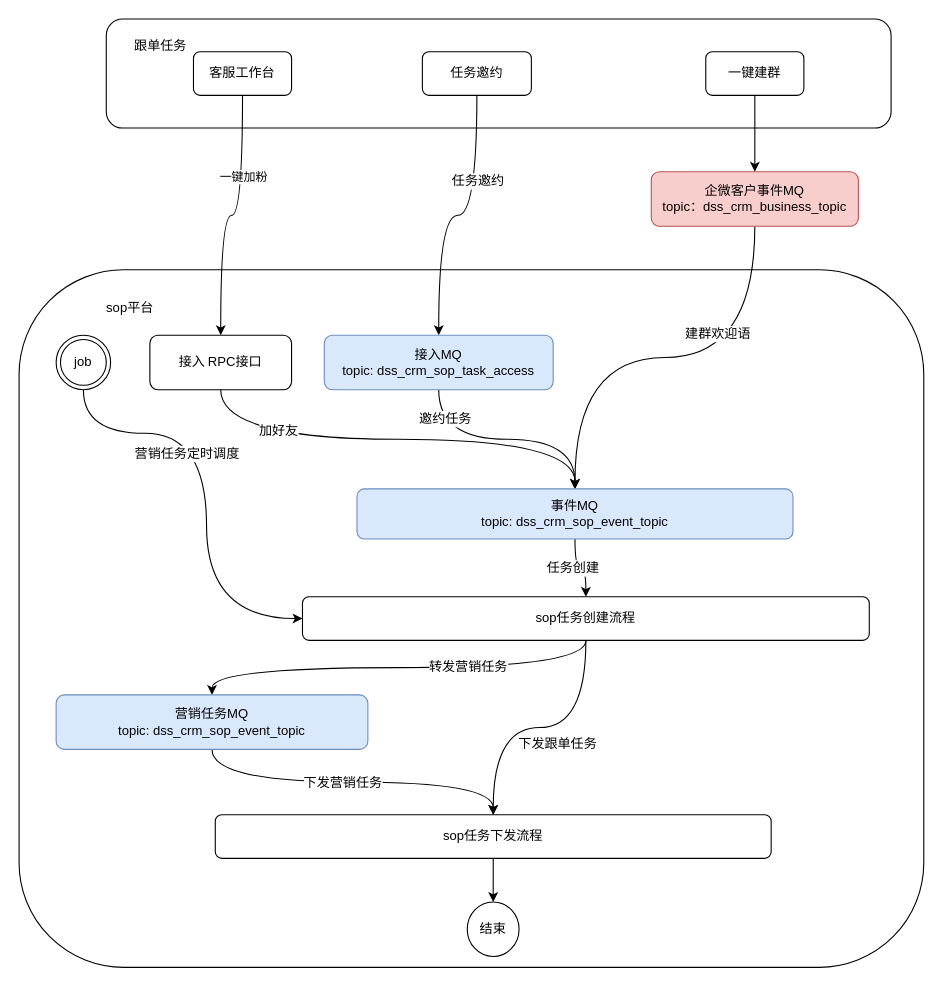
Before: sop流程.drawio in 330129161/draw.io, a draw.io diagram. Source tidied: cells renumbered, new cells numbered last; positions are measured from the earlier drawing's top-left corner, leaving out a move shared by most shapes. Both pictures are drawn from the tidied source at 109%, with x=0, y=0 at pixel (19, 19).
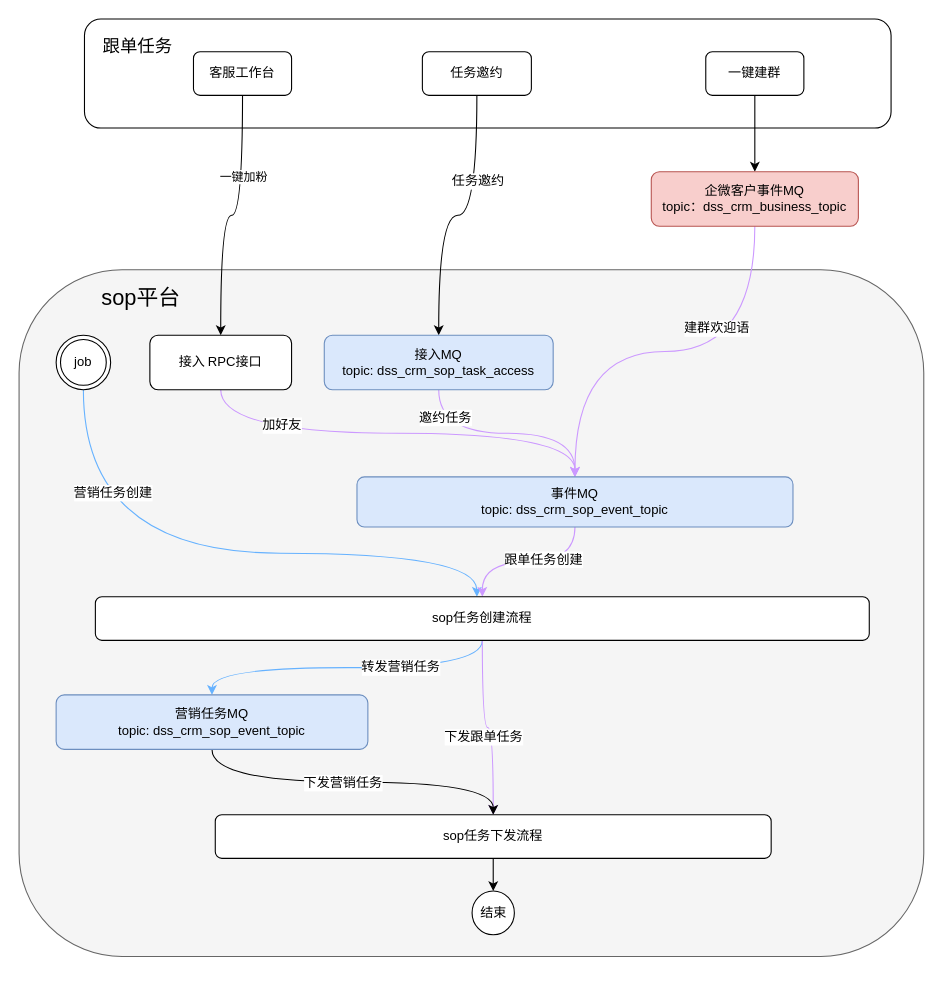
Above is the later version.

Unchanged cells that the change refers to:
```xml
<mxCell id="11" value="job" style="ellipse;shape=doubleEllipse;whiteSpace=wrap;html=1;" parent="1" vertex="1">
  <mxGeometry x="34" y="290" width="50" height="50" as="geometry" />
</mxCell>
<mxCell id="17" value="接入&lt;span style=&quot;white-space: pre;&quot;&gt;&#9;&lt;/span&gt;RPC接口" style="rounded=1;whiteSpace=wrap;html=1;" parent="1" vertex="1">
  <mxGeometry x="120" y="290" width="130" height="50" as="geometry" />
</mxCell>
<mxCell id="20" value="接入MQ&lt;br&gt;topic:&amp;nbsp;dss_crm_sop_task_access&lt;br&gt;&lt;span class=&quot;lark-record-clipboard&quot; data-lark-record-data=&quot;{&amp;quot;rootId&amp;quot;:&amp;quot;FImldMycgolcDUxQUyZcc2bRnjg&amp;quot;,&amp;quot;text&amp;quot;:{&amp;quot;initialAttributedTexts&amp;quot;:{&amp;quot;text&amp;quot;:{&amp;quot;0&amp;quot;:&amp;quot;dss_crm_sop_task_access&amp;quot;},&amp;quot;attribs&amp;quot;:{&amp;quot;0&amp;quot;:&amp;quot;*0+n&amp;quot;}},&amp;quot;apool&amp;quot;:{&amp;quot;numToAttrib&amp;quot;:{&amp;quot;0&amp;quot;:[&amp;quot;author&amp;quot;,&amp;quot;7220235268358848515&amp;quot;]},&amp;quot;nextNum&amp;quot;:1}},&amp;quot;type&amp;quot;:&amp;quot;text&amp;quot;,&amp;quot;referenceRecordMap&amp;quot;:{},&amp;quot;extra&amp;quot;:{&amp;quot;mention_page_title&amp;quot;:{},&amp;quot;external_mention_url&amp;quot;:{}},&amp;quot;isKeepQuoteContainer&amp;quot;:false,&amp;quot;isFromCode&amp;quot;:false,&amp;quot;selection&amp;quot;:[{&amp;quot;id&amp;quot;:20,&amp;quot;type&amp;quot;:&amp;quot;text&amp;quot;,&amp;quot;selection&amp;quot;:{&amp;quot;start&amp;quot;:0,&amp;quot;end&amp;quot;:23},&amp;quot;recordId&amp;quot;:&amp;quot;N4pZdVQWFocIQ4xhGyzcF8nhnQg&amp;quot;}],&amp;quot;payloadMap&amp;quot;:{},&amp;quot;isCut&amp;quot;:false}&quot;&gt;&lt;/span&gt;" style="rounded=1;whiteSpace=wrap;html=1;fillColor=#dae8fc;strokeColor=#6c8ebf;" parent="1" vertex="1">
  <mxGeometry x="280" y="290" width="210" height="50" as="geometry" />
</mxCell>
<mxCell id="23" value="企微客户事件MQ&lt;br&gt;topic：dss_crm_business_topic&lt;br&gt;&lt;span class=&quot;lark-record-clipboard&quot; data-lark-record-data=&quot;{&amp;quot;rootId&amp;quot;:&amp;quot;FImldMycgolcDUxQUyZcc2bRnjg&amp;quot;,&amp;quot;text&amp;quot;:{&amp;quot;initialAttributedTexts&amp;quot;:{&amp;quot;text&amp;quot;:{&amp;quot;0&amp;quot;:&amp;quot;dss_crm_business_topic&amp;quot;},&amp;quot;attribs&amp;quot;:{&amp;quot;0&amp;quot;:&amp;quot;*0+m&amp;quot;}},&amp;quot;apool&amp;quot;:{&amp;quot;numToAttrib&amp;quot;:{&amp;quot;0&amp;quot;:[&amp;quot;author&amp;quot;,&amp;quot;7220235268358848515&amp;quot;]},&amp;quot;nextNum&amp;quot;:1}},&amp;quot;type&amp;quot;:&amp;quot;text&amp;quot;,&amp;quot;referenceRecordMap&amp;quot;:{},&amp;quot;extra&amp;quot;:{&amp;quot;mention_page_title&amp;quot;:{},&amp;quot;external_mention_url&amp;quot;:{}},&amp;quot;isKeepQuoteContainer&amp;quot;:false,&amp;quot;isFromCode&amp;quot;:false,&amp;quot;selection&amp;quot;:[{&amp;quot;id&amp;quot;:28,&amp;quot;type&amp;quot;:&amp;quot;text&amp;quot;,&amp;quot;selection&amp;quot;:{&amp;quot;start&amp;quot;:0,&amp;quot;end&amp;quot;:22},&amp;quot;recordId&amp;quot;:&amp;quot;Mccud6d0NoNiJLx3LFicwxuCnGh&amp;quot;}],&amp;quot;payloadMap&amp;quot;:{},&amp;quot;isCut&amp;quot;:false}&quot;&gt;&lt;/span&gt;" style="rounded=1;whiteSpace=wrap;html=1;fillColor=#f8cecc;strokeColor=#b85450;" parent="1" vertex="1">
  <mxGeometry x="580" y="140" width="190" height="50" as="geometry" />
</mxCell>
<mxCell id="36" value="营销任务MQ&lt;br&gt;topic:&amp;nbsp;dss_crm_sop_event_topic&lt;br&gt;&lt;span class=&quot;lark-record-clipboard&quot; data-lark-record-data=&quot;{&amp;quot;rootId&amp;quot;:&amp;quot;FImldMycgolcDUxQUyZcc2bRnjg&amp;quot;,&amp;quot;text&amp;quot;:{&amp;quot;initialAttributedTexts&amp;quot;:{&amp;quot;text&amp;quot;:{&amp;quot;0&amp;quot;:&amp;quot;dss_crm_sop_event_topic&amp;quot;},&amp;quot;attribs&amp;quot;:{&amp;quot;0&amp;quot;:&amp;quot;*0+n&amp;quot;}},&amp;quot;apool&amp;quot;:{&amp;quot;numToAttrib&amp;quot;:{&amp;quot;0&amp;quot;:[&amp;quot;author&amp;quot;,&amp;quot;7220235268358848515&amp;quot;]},&amp;quot;nextNum&amp;quot;:1}},&amp;quot;type&amp;quot;:&amp;quot;text&amp;quot;,&amp;quot;referenceRecordMap&amp;quot;:{},&amp;quot;extra&amp;quot;:{&amp;quot;mention_page_title&amp;quot;:{},&amp;quot;external_mention_url&amp;quot;:{}},&amp;quot;isKeepQuoteContainer&amp;quot;:false,&amp;quot;isFromCode&amp;quot;:false,&amp;quot;selection&amp;quot;:[{&amp;quot;id&amp;quot;:15,&amp;quot;type&amp;quot;:&amp;quot;text&amp;quot;,&amp;quot;selection&amp;quot;:{&amp;quot;start&amp;quot;:0,&amp;quot;end&amp;quot;:23},&amp;quot;recordId&amp;quot;:&amp;quot;SeJVd5J5EoVo28xKH6ecCVTpnXb&amp;quot;}],&amp;quot;payloadMap&amp;quot;:{},&amp;quot;isCut&amp;quot;:false}&quot;&gt;&lt;/span&gt;" style="rounded=1;whiteSpace=wrap;html=1;fillColor=#dae8fc;strokeColor=#6c8ebf;" parent="1" vertex="1">
  <mxGeometry x="34" y="620" width="286" height="50" as="geometry" />
</mxCell>
<mxCell id="38" value="sop任务下发流程" style="rounded=1;whiteSpace=wrap;html=1;strokeColor=default;align=center;verticalAlign=middle;fontFamily=Helvetica;fontSize=12;fontColor=default;fillColor=default;" parent="1" vertex="1">
  <mxGeometry x="180" y="730" width="510" height="40" as="geometry" />
</mxCell>
```

The edit, as a diff of the source:
```diff
@@
     <mxCell id="2" style="rounded=1;whiteSpace=wrap;html=1;strokeColor=default;align=center;verticalAlign=middle;fontFamily=Helvetica;fontSize=12;fontColor=default;fillColor=default;" parent="1" vertex="1">
-      <mxGeometry x="80" width="720" height="100" as="geometry" />
+      <mxGeometry x="60" width="740" height="100" as="geometry" />
     </mxCell>
-    <mxCell id="3" style="rounded=1;whiteSpace=wrap;html=1;" parent="1" vertex="1">
-      <mxGeometry y="230" width="830" height="640" as="geometry" />
+    <mxCell id="3" style="rounded=1;whiteSpace=wrap;html=1;strokeColor=#666666;fillColor=#f5f5f5;fontColor=#333333;" parent="1" vertex="1">
+      <mxGeometry y="230" width="830" height="630" as="geometry" />
     </mxCell>
@@
-    <mxCell id="9" style="edgeStyle=orthogonalEdgeStyle;rounded=0;jettySize=auto;html=1;entryX=0;entryY=0.5;entryDx=0;entryDy=0;fontFamily=Helvetica;fontSize=12;fontColor=default;curved=1;" parent="1" edge="1" source="11" target="31">
-      <mxGeometry relative="1" as="geometry">
-        <Array as="points">
-          <mxPoint x="59" y="380" />
-          <mxPoint x="172" y="380" />
-          <mxPoint x="172" y="550" />
-        </Array>
-      </mxGeometry>
-    </mxCell>
-    <mxCell id="10" value="营销任务定时调度" style="edgeLabel;html=1;align=center;verticalAlign=middle;fontSize=12;fontFamily=Helvetica;fontColor=default;" parent="9" vertex="1">
-      <mxGeometry x="-0.35" y="-17" relative="1" as="geometry">
-        <mxPoint y="1" as="offset" />
-      </mxGeometry>
-    </mxCell>
+    <mxCell id="40" style="edgeStyle=orthogonalEdgeStyle;rounded=0;jettySize=auto;html=1;fontFamily=Helvetica;fontSize=12;fontColor=default;curved=1;strokeColor=#66B2FF;" parent="1" edge="1" source="11">
+      <mxGeometry relative="1" as="geometry">
+        <mxPoint x="420" y="530" as="targetPoint" />
+        <Array as="points">
+          <mxPoint x="59" y="490" />
+          <mxPoint x="420" y="490" />
+        </Array>
+      </mxGeometry>
+    </mxCell>
+    <mxCell id="41" value="营销任务创建" style="edgeLabel;html=1;align=center;verticalAlign=middle;fontSize=12;fontFamily=Helvetica;fontColor=default;" parent="40" vertex="1">
+      <mxGeometry x="-0.66" y="26" relative="1" as="geometry" />
+    </mxCell>
@@
-    <mxCell id="15" style="edgeStyle=orthogonalEdgeStyle;rounded=0;jettySize=auto;html=1;entryX=0.5;entryY=0;entryDx=0;entryDy=0;fontFamily=Helvetica;fontSize=12;fontColor=default;curved=1;exitX=0.5;exitY=1;exitDx=0;exitDy=0;" parent="1" edge="1" source="17" target="26">
+    <mxCell id="15" style="edgeStyle=orthogonalEdgeStyle;rounded=0;jettySize=auto;html=1;entryX=0.5;entryY=0;entryDx=0;entryDy=0;fontFamily=Helvetica;fontSize=12;fontColor=default;curved=1;exitX=0.5;exitY=1;exitDx=0;exitDy=0;strokeColor=#CC99FF;" parent="1" edge="1" source="17" target="26">
       <mxGeometry relative="1" as="geometry" />
     </mxCell>
@@
-    <mxCell id="18" style="edgeStyle=orthogonalEdgeStyle;rounded=0;jettySize=auto;html=1;fontFamily=Helvetica;fontSize=12;fontColor=default;curved=1;" parent="1" edge="1" source="20" target="26">
+    <mxCell id="18" style="edgeStyle=orthogonalEdgeStyle;rounded=0;jettySize=auto;html=1;fontFamily=Helvetica;fontSize=12;fontColor=default;curved=1;strokeColor=#CC99FF;" parent="1" edge="1" source="20" target="26">
       <mxGeometry relative="1" as="geometry" />
     </mxCell>
@@
-    <mxCell id="21" style="edgeStyle=orthogonalEdgeStyle;rounded=0;jettySize=auto;html=1;fontFamily=Helvetica;fontSize=12;fontColor=default;curved=1;" parent="1" edge="1" source="23" target="26">
+    <mxCell id="21" style="edgeStyle=orthogonalEdgeStyle;rounded=0;jettySize=auto;html=1;fontFamily=Helvetica;fontSize=12;fontColor=default;curved=1;strokeColor=#CC99FF;" parent="1" edge="1" source="23" target="26">
       <mxGeometry relative="1" as="geometry" />
     </mxCell>
@@
-    <mxCell id="24" style="edgeStyle=orthogonalEdgeStyle;rounded=0;jettySize=auto;html=1;fontFamily=Helvetica;fontSize=12;fontColor=default;curved=1;" parent="1" edge="1" source="26" target="31">
+    <mxCell id="24" style="edgeStyle=orthogonalEdgeStyle;rounded=0;jettySize=auto;html=1;fontFamily=Helvetica;fontSize=12;fontColor=default;curved=1;strokeColor=#CC99FF;" parent="1" edge="1" source="26" target="31">
       <mxGeometry relative="1" as="geometry" />
     </mxCell>
-    <mxCell id="25" value="任务创建" style="edgeLabel;html=1;align=center;verticalAlign=middle;fontSize=12;fontFamily=Helvetica;fontColor=default;" parent="24" vertex="1">
+    <mxCell id="25" value="跟单任务创建" style="edgeLabel;html=1;align=center;verticalAlign=middle;fontSize=12;fontFamily=Helvetica;fontColor=default;" parent="24" vertex="1">
       <mxGeometry x="-0.17" y="-3" relative="1" as="geometry" />
     </mxCell>
     <mxCell id="26" value="事件MQ&lt;br&gt;topic:&amp;nbsp;dss_crm_sop_event_topic&lt;br&gt;&lt;span class=&quot;lark-record-clipboard&quot; data-lark-record-data=&quot;{&amp;quot;rootId&amp;quot;:&amp;quot;FImldMycgolcDUxQUyZcc2bRnjg&amp;quot;,&amp;quot;text&amp;quot;:{&amp;quot;initialAttributedTexts&amp;quot;:{&amp;quot;text&amp;quot;:{&amp;quot;0&amp;quot;:&amp;quot;dss_crm_sop_event_topic&amp;quot;},&amp;quot;attribs&amp;quot;:{&amp;quot;0&amp;quot;:&amp;quot;*0+n&amp;quot;}},&amp;quot;apool&amp;quot;:{&amp;quot;numToAttrib&amp;quot;:{&amp;quot;0&amp;quot;:[&amp;quot;author&amp;quot;,&amp;quot;7220235268358848515&amp;quot;]},&amp;quot;nextNum&amp;quot;:1}},&amp;quot;type&amp;quot;:&amp;quot;text&amp;quot;,&amp;quot;referenceRecordMap&amp;quot;:{},&amp;quot;extra&amp;quot;:{&amp;quot;mention_page_title&amp;quot;:{},&amp;quot;external_mention_url&amp;quot;:{}},&amp;quot;isKeepQuoteContainer&amp;quot;:false,&amp;quot;isFromCode&amp;quot;:false,&amp;quot;selection&amp;quot;:[{&amp;quot;id&amp;quot;:15,&amp;quot;type&amp;quot;:&amp;quot;text&amp;quot;,&amp;quot;selection&amp;quot;:{&amp;quot;start&amp;quot;:0,&amp;quot;end&amp;quot;:23},&amp;quot;recordId&amp;quot;:&amp;quot;SeJVd5J5EoVo28xKH6ecCVTpnXb&amp;quot;}],&amp;quot;payloadMap&amp;quot;:{},&amp;quot;isCut&amp;quot;:false}&quot;&gt;&lt;/span&gt;" style="rounded=1;whiteSpace=wrap;html=1;fillColor=#dae8fc;strokeColor=#6c8ebf;" parent="1" vertex="1">
-      <mxGeometry x="310" y="431" width="400" height="46" as="geometry" />
+      <mxGeometry x="310" y="420" width="400" height="46" as="geometry" />
     </mxCell>
-    <mxCell id="27" style="edgeStyle=orthogonalEdgeStyle;rounded=0;jettySize=auto;html=1;entryX=0.5;entryY=0;entryDx=0;entryDy=0;fontFamily=Helvetica;fontSize=12;fontColor=default;curved=1;" parent="1" edge="1" source="31" target="36">
+    <mxCell id="27" style="edgeStyle=orthogonalEdgeStyle;rounded=0;jettySize=auto;html=1;entryX=0.5;entryY=0;entryDx=0;entryDy=0;fontFamily=Helvetica;fontSize=12;fontColor=default;curved=1;strokeColor=#66B2FF;" parent="1" edge="1" source="31" target="36">
       <mxGeometry relative="1" as="geometry" />
     </mxCell>
@@
-    <mxCell id="29" style="edgeStyle=orthogonalEdgeStyle;rounded=0;jettySize=auto;html=1;fontFamily=Helvetica;fontSize=12;fontColor=default;curved=1;" parent="1" edge="1" source="31" target="38">
+    <mxCell id="29" style="edgeStyle=orthogonalEdgeStyle;rounded=0;jettySize=auto;html=1;fontFamily=Helvetica;fontSize=12;fontColor=default;curved=1;strokeColor=#CC99FF;" parent="1" edge="1" source="31" target="38">
       <mxGeometry relative="1" as="geometry" />
     </mxCell>
@@
     <mxCell id="31" value="sop任务创建流程" style="rounded=1;whiteSpace=wrap;html=1;strokeColor=default;align=center;verticalAlign=middle;fontFamily=Helvetica;fontSize=12;fontColor=default;fillColor=default;" parent="1" vertex="1">
-      <mxGeometry x="260" y="530" width="520" height="40" as="geometry" />
+      <mxGeometry x="70" y="530" width="710" height="40" as="geometry" />
     </mxCell>
-    <mxCell id="32" value="跟单任务" style="text;html=1;strokeColor=none;fillColor=none;align=center;verticalAlign=middle;whiteSpace=wrap;rounded=0;fontSize=12;fontFamily=Helvetica;fontColor=default;" parent="1" vertex="1">
-      <mxGeometry x="100" y="10" width="60" height="30" as="geometry" />
+    <mxCell id="32" value="跟单任务" style="text;html=1;strokeColor=none;fillColor=none;align=center;verticalAlign=middle;whiteSpace=wrap;rounded=0;fontSize=16;fontFamily=Helvetica;fontColor=default;" parent="1" vertex="1">
+      <mxGeometry x="54" y="10" width="110" height="30" as="geometry" />
     </mxCell>
-    <mxCell id="33" value="sop平台" style="text;html=1;strokeColor=none;fillColor=none;align=center;verticalAlign=middle;whiteSpace=wrap;rounded=0;fontSize=12;fontFamily=Helvetica;fontColor=default;" parent="1" vertex="1">
-      <mxGeometry x="54" y="240" width="96" height="50" as="geometry" />
+    <mxCell id="33" value="sop平台" style="text;html=1;strokeColor=none;fillColor=none;align=center;verticalAlign=middle;whiteSpace=wrap;rounded=0;fontSize=20;fontFamily=Helvetica;fontColor=default;strokeWidth=6;" parent="1" vertex="1">
+      <mxGeometry x="64" y="230" width="96" height="50" as="geometry" />
     </mxCell>
@@
     <mxCell id="39" value="结束" style="ellipse;whiteSpace=wrap;html=1;rounded=1;" parent="1" vertex="1">
-      <mxGeometry x="411.2" y="810" width="47.5" height="50" as="geometry" />
+      <mxGeometry x="415.6" y="800" width="38.8" height="40" as="geometry" />
     </mxCell>
```
